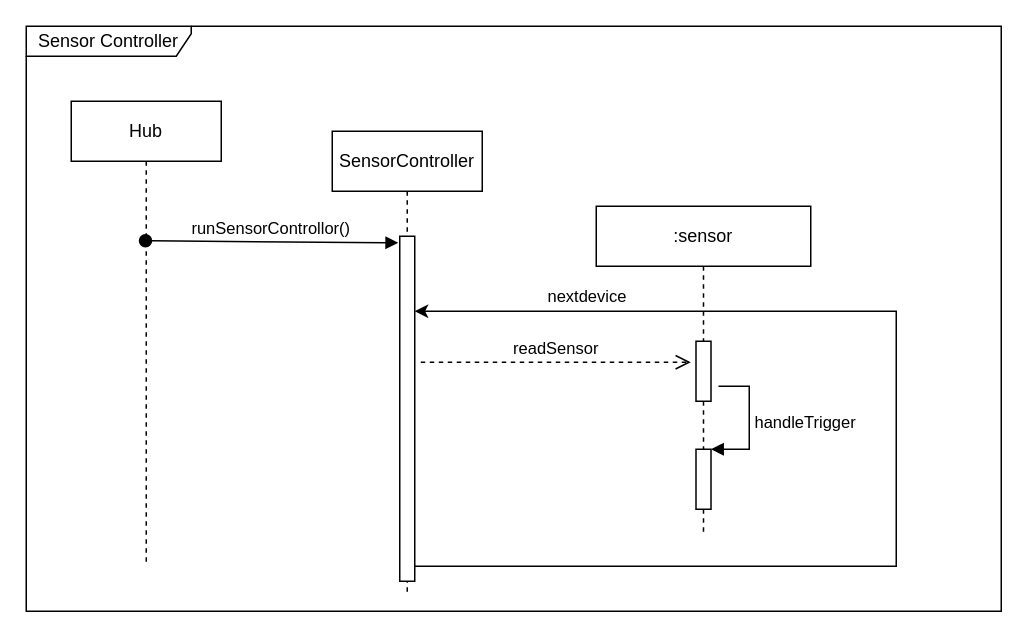
This is page "Page-5" (3 of 3) of Device_Group/Diagrams/Devices_SensSequence.drawio from homedork-se2/Artefacts-docs, a draw.io file, before an edit. Source tidied: cells renumbered, new cells numbered last; positions are measured from the earlier drawing's top-left corner, leaving out a move shared by most shapes. Both pictures are drawn from the tidied source at 150%, with x=0, y=0 at pixel (26, 26).
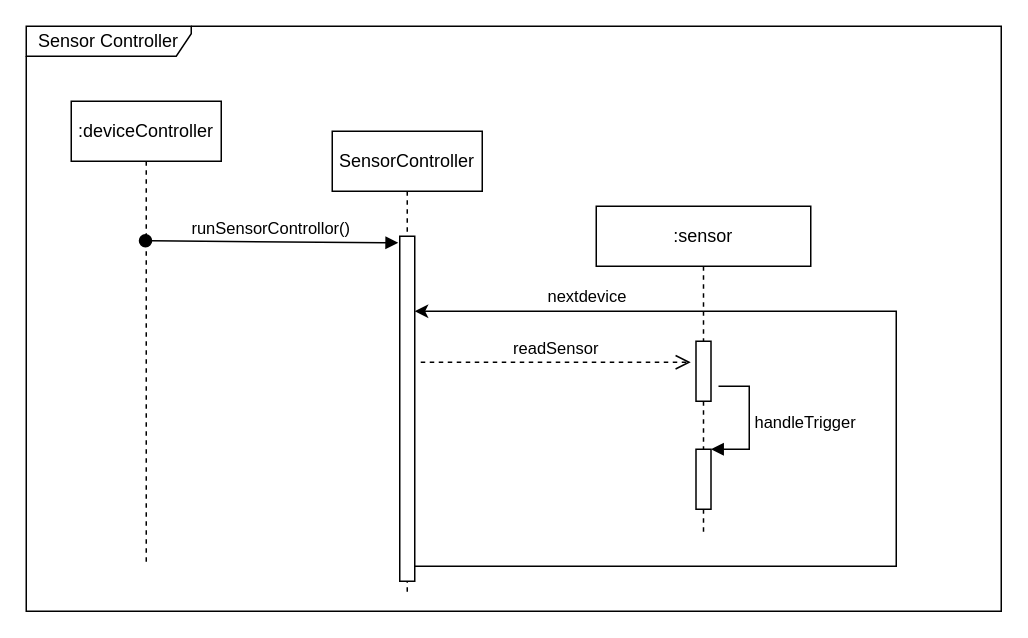
The same diagram, later.

The edit, as a diff of the source:
```diff
@@
-    <mxCell id="3" value="Hub" style="shape=umlLifeline;perimeter=lifelinePerimeter;whiteSpace=wrap;html=1;outlineConnect=0;" parent="1" vertex="1">
+    <mxCell id="3" value=":deviceController" style="shape=umlLifeline;perimeter=lifelinePerimeter;whiteSpace=wrap;html=1;outlineConnect=0;" parent="1" vertex="1">
       <mxGeometry x="30" y="50" width="100" height="310" as="geometry" />
     </mxCell>
```
